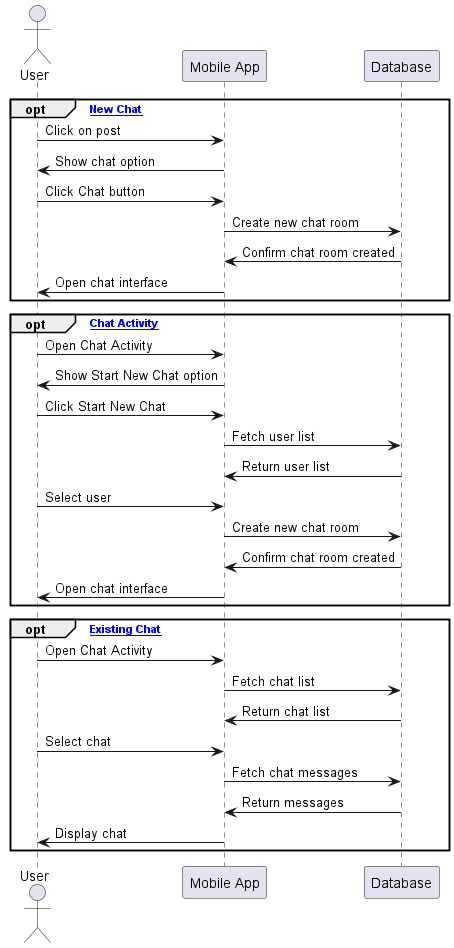
Earlier version of the PlantUML export documentation/images/chat.png (xuantungbrian/Tomato).
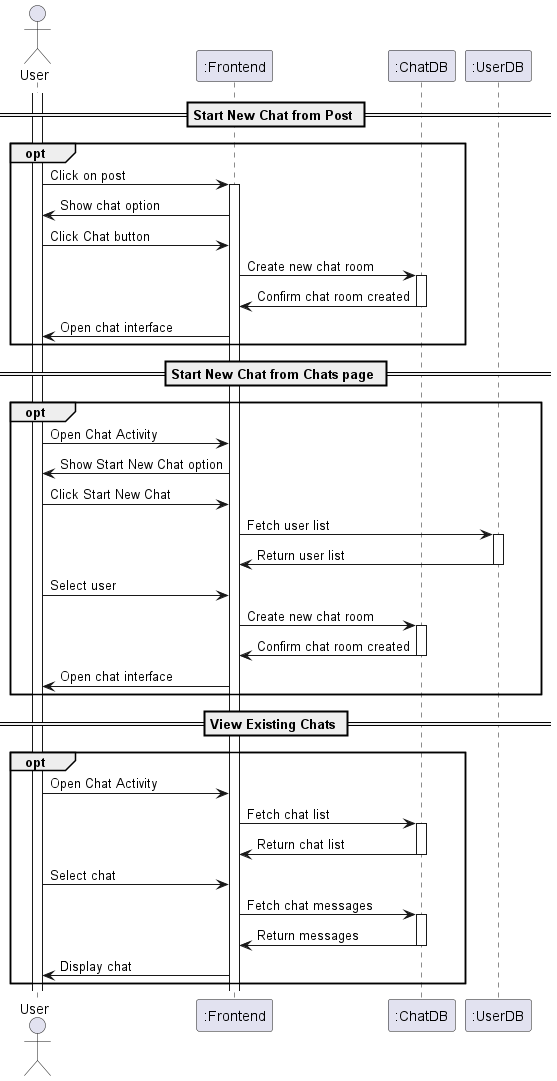
After the commit.

Change to the diagram source:
```diff
@@ -1,37 +1,53 @@
 @startuml
 
 actor User
-participant "Mobile App" as App
-participant "Database" as DB
+participant ":Frontend" as App
+participant ":ChatDB" as DB
+participant ":UserDB" as UserDB
 
-opt [Start New Chat]
+activate User
+== Start New Chat from Post ==
+opt
     User -> App: Click on post
+    activate App
     App -> User: Show chat option
     User -> App: Click Chat button
     App -> DB: Create new chat room
+    activate DB
     DB -> App: Confirm chat room created
+    deactivate DB
     App -> User: Open chat interface
 end
 
-opt  [From Chat Activity]
+== Start New Chat from Chats page ==
+opt
     User -> App: Open Chat Activity
     App -> User: Show Start New Chat option
     User -> App: Click Start New Chat
-    App -> DB: Fetch user list
-    DB -> App: Return user list
+    App -> UserDB: Fetch user list
+    activate UserDB
+    UserDB -> App: Return user list
+    deactivate UserDB
     User -> App: Select user
     App -> DB: Create new chat room
+    activate DB
     DB -> App: Confirm chat room created
+    deactivate DB
     App -> User: Open chat interface
 end
 
-opt [View Existing Chat]
+== View Existing Chats ==
+opt
     User -> App: Open Chat Activity
     App -> DB: Fetch chat list
+    activate DB
     DB -> App: Return chat list
+    deactivate DB
     User -> App: Select chat
     App -> DB: Fetch chat messages
+    activate DB
     DB -> App: Return messages
+    deactivate DB
     App -> User: Display chat
 end
 
```
